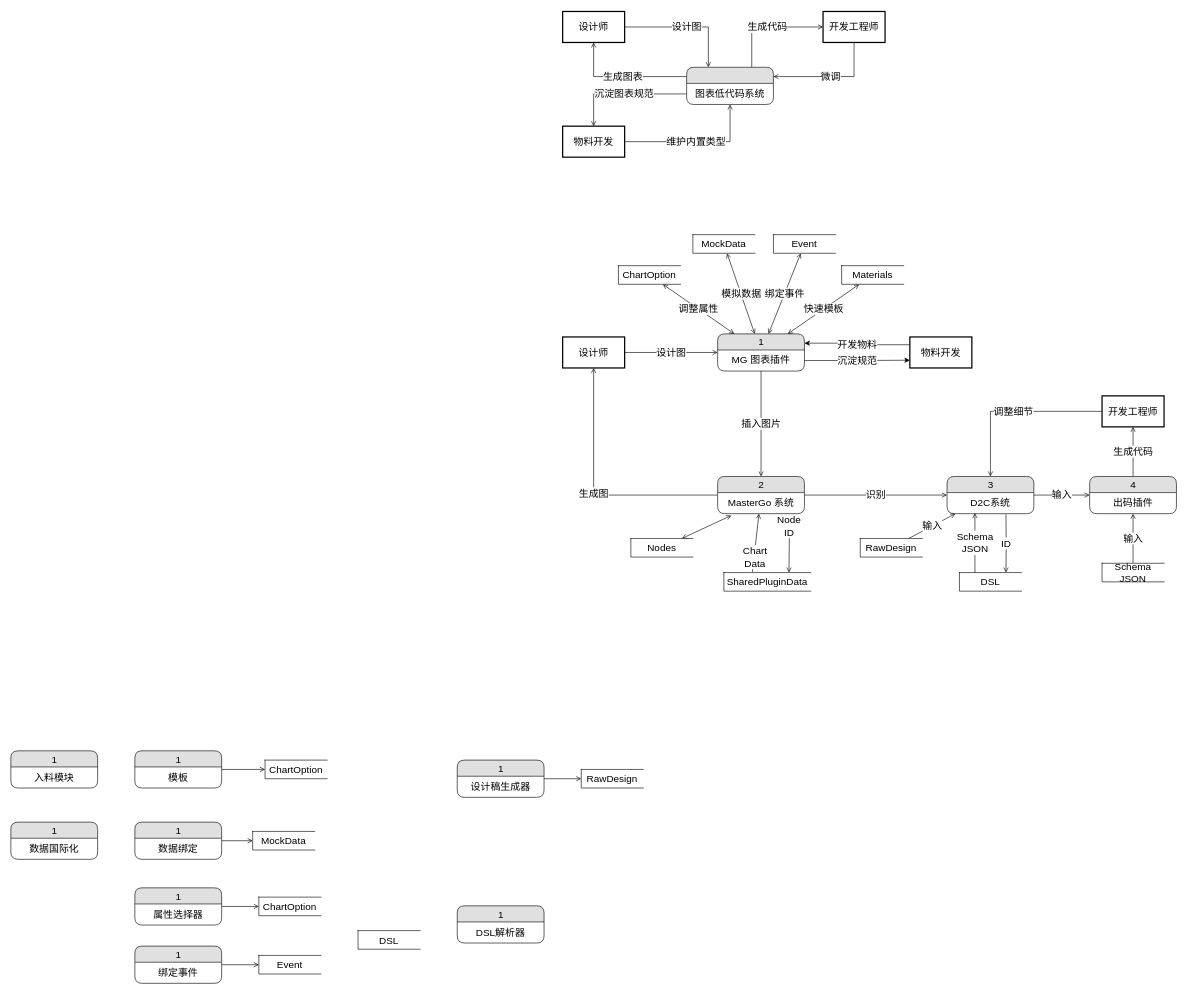
zhuoooo/doodles keeps this draw.io diagram as page "数据流图" (2 of 7) of lowCode/lc.drawio. Above is the earlier version. Source tidied: cells renumbered, new cells numbered last; positions are measured from the earlier drawing's top-left corner, leaving out a move shared by most shapes. Both pictures are drawn from the tidied source at 62%, with x=0, y=0 at pixel (11, 11).
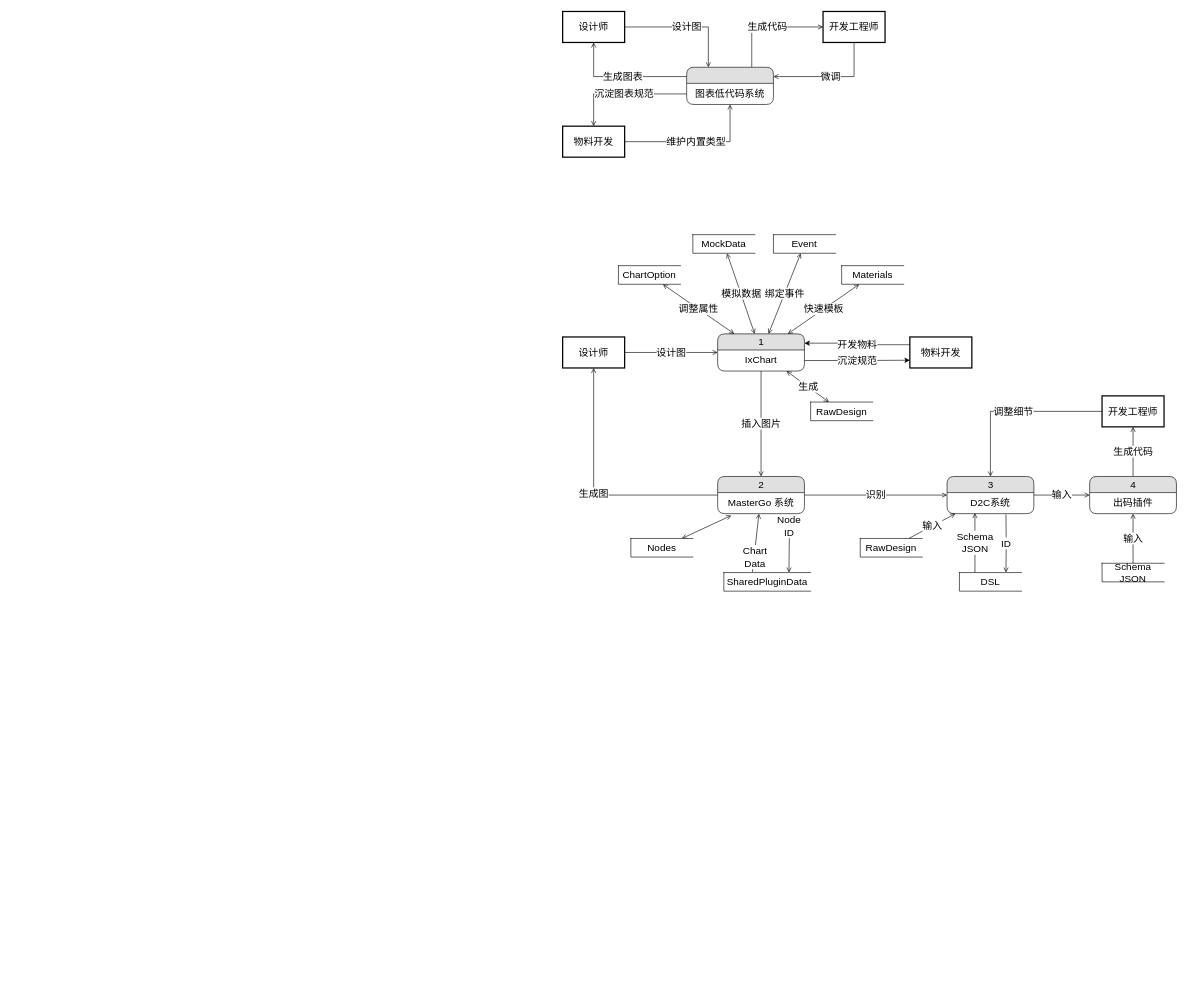
Above is the later version.

Commit message:
feat: 图表低代码主流程

The change refers to these unchanged cells:
```xml
<mxCell id="51" value="1" style="swimlane;html=1;fontStyle=0;horizontal=1;startSize=26;fillColor=#e0e0e0;swimlaneFillColor=#ffffff;align=center;rounded=1;shadow=0;comic=0;labelBackgroundColor=none;strokeWidth=1;fontFamily=微软雅黑;fontSize=16;" parent="1" vertex="1">
  <mxGeometry x="1140" y="520" width="140" height="60" as="geometry" />
</mxCell>
```

The edit, as a diff of the source:
```diff
@@
-    <mxCell id="4" value="DSL" style="html=1;dashed=0;whiteSpace=wrap;shape=partialRectangle;right=0;fontFamily=微软雅黑;fontSize=16;" parent="1" vertex="1">
-      <mxGeometry x="560" y="1482.5" width="100" height="30" as="geometry" />
-    </mxCell>
@@
-    <mxCell id="15" value="ChartOption" style="html=1;dashed=0;whiteSpace=wrap;shape=partialRectangle;right=0;fontFamily=微软雅黑;fontSize=16;" parent="1" vertex="1">
-      <mxGeometry x="400" y="1428.5" width="100" height="30" as="geometry" />
-    </mxCell>
-    <mxCell id="16" value="MockData" style="html=1;dashed=0;whiteSpace=wrap;shape=partialRectangle;right=0;fontFamily=微软雅黑;fontSize=16;" parent="1" vertex="1">
-      <mxGeometry x="390" y="1322.5" width="100" height="30" as="geometry" />
-    </mxCell>
+    <mxCell id="80" value="生成" style="rounded=0;jettySize=auto;html=1;endArrow=open;endFill=0;startArrow=open;startFill=0;fontFamily=微软雅黑;fontSize=16;" parent="1" edge="1" source="17" target="51">
+      <mxGeometry x="-0.01" relative="1" as="geometry" />
+    </mxCell>
     <mxCell id="17" value="RawDesign" style="html=1;dashed=0;whiteSpace=wrap;shape=partialRectangle;right=0;fontFamily=微软雅黑;fontSize=16;" parent="1" vertex="1">
-      <mxGeometry x="920" y="1222.5" width="100" height="30" as="geometry" />
+      <mxGeometry x="1290" y="630" width="100" height="30" as="geometry" />
     </mxCell>
-    <mxCell id="18" style="edgeStyle=orthogonalEdgeStyle;rounded=0;jettySize=auto;html=1;endArrow=open;endFill=0;fontFamily=微软雅黑;fontSize=16;" parent="1" edge="1" source="19" target="16">
-      <mxGeometry relative="1" as="geometry" />
-    </mxCell>
-    <mxCell id="19" value="1" style="swimlane;html=1;fontStyle=0;horizontal=1;startSize=26;fillColor=#e0e0e0;swimlaneFillColor=#ffffff;align=center;rounded=1;shadow=0;comic=0;labelBackgroundColor=none;strokeWidth=1;fontFamily=微软雅黑;fontSize=16;" parent="1" vertex="1">
-      <mxGeometry x="200" y="1307.5" width="140" height="60" as="geometry" />
-    </mxCell>
-    <mxCell id="20" value="数据绑定" style="text;html=1;strokeColor=none;fillColor=none;spacingLeft=4;spacingRight=4;whiteSpace=wrap;overflow=hidden;align=center;fontSize=16;fontFamily=微软雅黑;" parent="19" vertex="1">
-      <mxGeometry y="26" width="140" height="34" as="geometry" />
-    </mxCell>
-    <mxCell id="21" value="1" style="swimlane;html=1;fontStyle=0;horizontal=1;startSize=26;fillColor=#e0e0e0;swimlaneFillColor=#ffffff;align=center;rounded=1;shadow=0;comic=0;labelBackgroundColor=none;strokeWidth=1;fontFamily=微软雅黑;fontSize=16;" parent="1" vertex="1">
-      <mxGeometry x="720" y="1442.5" width="140" height="60" as="geometry" />
-    </mxCell>
-    <mxCell id="22" value="DSL解析器" style="text;html=1;strokeColor=none;fillColor=none;spacingLeft=4;spacingRight=4;whiteSpace=wrap;overflow=hidden;align=center;fontSize=16;fontFamily=微软雅黑;" parent="21" vertex="1">
-      <mxGeometry y="26" width="140" height="34" as="geometry" />
-    </mxCell>
-    <mxCell id="23" style="edgeStyle=orthogonalEdgeStyle;rounded=0;jettySize=auto;html=1;endArrow=open;endFill=0;fontFamily=微软雅黑;fontSize=16;" parent="1" edge="1" source="24" target="17">
-      <mxGeometry relative="1" as="geometry" />
-    </mxCell>
-    <mxCell id="24" value="1" style="swimlane;html=1;fontStyle=0;horizontal=1;startSize=26;fillColor=#e0e0e0;swimlaneFillColor=#ffffff;align=center;rounded=1;shadow=0;comic=0;labelBackgroundColor=none;strokeWidth=1;fontFamily=微软雅黑;fontSize=16;" parent="1" vertex="1">
-      <mxGeometry x="720" y="1207.5" width="140" height="60" as="geometry" />
-    </mxCell>
-    <mxCell id="25" value="设计稿生成器" style="text;html=1;strokeColor=none;fillColor=none;spacingLeft=4;spacingRight=4;whiteSpace=wrap;overflow=hidden;align=center;fontSize=16;fontFamily=微软雅黑;" parent="24" vertex="1">
-      <mxGeometry y="26" width="140" height="34" as="geometry" />
-    </mxCell>
-    <mxCell id="26" style="edgeStyle=orthogonalEdgeStyle;rounded=0;jettySize=auto;html=1;endArrow=open;endFill=0;fontFamily=微软雅黑;fontSize=16;" parent="1" edge="1" source="27" target="15">
-      <mxGeometry relative="1" as="geometry" />
-    </mxCell>
-    <mxCell id="27" value="1" style="swimlane;html=1;fontStyle=0;horizontal=1;startSize=26;fillColor=#e0e0e0;swimlaneFillColor=#ffffff;align=center;rounded=1;shadow=0;comic=0;labelBackgroundColor=none;strokeWidth=1;fontFamily=微软雅黑;fontSize=16;" parent="1" vertex="1">
-      <mxGeometry x="200" y="1413.5" width="140" height="60" as="geometry" />
-    </mxCell>
-    <mxCell id="28" value="属性选择器" style="text;html=1;strokeColor=none;fillColor=none;spacingLeft=4;spacingRight=4;whiteSpace=wrap;overflow=hidden;align=center;fontSize=16;fontFamily=微软雅黑;" parent="27" vertex="1">
-      <mxGeometry y="26" width="140" height="34" as="geometry" />
-    </mxCell>
-    <mxCell id="29" style="edgeStyle=orthogonalEdgeStyle;rounded=0;jettySize=auto;html=1;entryX=0;entryY=0.5;entryDx=0;entryDy=0;endArrow=open;endFill=0;fontFamily=微软雅黑;fontSize=16;" parent="1" edge="1" source="30" target="32">
-      <mxGeometry relative="1" as="geometry" />
-    </mxCell>
-    <mxCell id="30" value="1" style="swimlane;html=1;fontStyle=0;horizontal=1;startSize=26;fillColor=#e0e0e0;swimlaneFillColor=#ffffff;align=center;rounded=1;shadow=0;comic=0;labelBackgroundColor=none;strokeWidth=1;fontFamily=微软雅黑;fontSize=16;" parent="1" vertex="1">
-      <mxGeometry x="200" y="1507.5" width="140" height="60" as="geometry" />
-    </mxCell>
-    <mxCell id="31" value="绑定事件" style="text;html=1;strokeColor=none;fillColor=none;spacingLeft=4;spacingRight=4;whiteSpace=wrap;overflow=hidden;align=center;fontSize=16;fontFamily=微软雅黑;" parent="30" vertex="1">
-      <mxGeometry y="26" width="140" height="34" as="geometry" />
-    </mxCell>
-    <mxCell id="32" value="Event" style="html=1;dashed=0;whiteSpace=wrap;shape=partialRectangle;right=0;fontFamily=微软雅黑;fontSize=16;" parent="1" vertex="1">
-      <mxGeometry x="400" y="1522.5" width="100" height="30" as="geometry" />
-    </mxCell>
-    <mxCell id="33" style="edgeStyle=orthogonalEdgeStyle;rounded=0;jettySize=auto;html=1;endArrow=open;endFill=0;fontFamily=微软雅黑;fontSize=16;" parent="1" edge="1" source="34" target="36">
-      <mxGeometry relative="1" as="geometry" />
-    </mxCell>
-    <mxCell id="34" value="1" style="swimlane;html=1;fontStyle=0;horizontal=1;startSize=26;fillColor=#e0e0e0;swimlaneFillColor=#ffffff;align=center;rounded=1;shadow=0;comic=0;labelBackgroundColor=none;strokeWidth=1;fontFamily=微软雅黑;fontSize=16;" parent="1" vertex="1">
-      <mxGeometry x="200" y="1192.5" width="140" height="60" as="geometry" />
-    </mxCell>
-    <mxCell id="35" value="模板" style="text;html=1;strokeColor=none;fillColor=none;spacingLeft=4;spacingRight=4;whiteSpace=wrap;overflow=hidden;align=center;fontSize=16;fontFamily=微软雅黑;" parent="34" vertex="1">
-      <mxGeometry y="26" width="140" height="34" as="geometry" />
-    </mxCell>
-    <mxCell id="36" value="ChartOption" style="html=1;dashed=0;whiteSpace=wrap;shape=partialRectangle;right=0;fontFamily=微软雅黑;fontSize=16;" parent="1" vertex="1">
-      <mxGeometry x="410" y="1207.5" width="100" height="30" as="geometry" />
-    </mxCell>
-    <mxCell id="37" value="1" style="swimlane;html=1;fontStyle=0;horizontal=1;startSize=26;fillColor=#e0e0e0;swimlaneFillColor=#ffffff;align=center;rounded=1;shadow=0;comic=0;labelBackgroundColor=none;strokeWidth=1;fontFamily=微软雅黑;fontSize=16;" parent="1" vertex="1">
-      <mxGeometry y="1192.5" width="140" height="60" as="geometry" />
-    </mxCell>
-    <mxCell id="38" value="入料模块" style="text;html=1;strokeColor=none;fillColor=none;spacingLeft=4;spacingRight=4;whiteSpace=wrap;overflow=hidden;align=center;fontSize=16;fontFamily=微软雅黑;" parent="37" vertex="1">
-      <mxGeometry y="26" width="140" height="34" as="geometry" />
-    </mxCell>
-    <mxCell id="39" value="1" style="swimlane;html=1;fontStyle=0;horizontal=1;startSize=26;fillColor=#e0e0e0;swimlaneFillColor=#ffffff;align=center;rounded=1;shadow=0;comic=0;labelBackgroundColor=none;strokeWidth=1;fontFamily=微软雅黑;fontSize=16;" parent="1" vertex="1">
-      <mxGeometry y="1307.5" width="140" height="60" as="geometry" />
-    </mxCell>
-    <mxCell id="40" value="数据国际化" style="text;html=1;strokeColor=none;fillColor=none;spacingLeft=4;spacingRight=4;whiteSpace=wrap;overflow=hidden;align=center;fontSize=16;fontFamily=微软雅黑;" parent="39" vertex="1">
-      <mxGeometry y="26" width="140" height="34" as="geometry" />
-    </mxCell>
@@
-    <mxCell id="52" value="MG 图表插件" style="text;html=1;strokeColor=none;fillColor=none;spacingLeft=4;spacingRight=4;whiteSpace=wrap;overflow=hidden;points=[[0,0.5],[1,0.5]];portConstraint=eastwest;align=center;fontSize=16;fontFamily=微软雅黑;" parent="51" vertex="1">
+    <mxCell id="52" value="IxChart" style="text;html=1;strokeColor=none;fillColor=none;spacingLeft=4;spacingRight=4;whiteSpace=wrap;overflow=hidden;points=[[0,0.5],[1,0.5]];portConstraint=eastwest;align=center;fontSize=16;fontFamily=微软雅黑;" parent="51" vertex="1">
       <mxGeometry y="26" width="140" height="34" as="geometry" />
     </mxCell>
```
